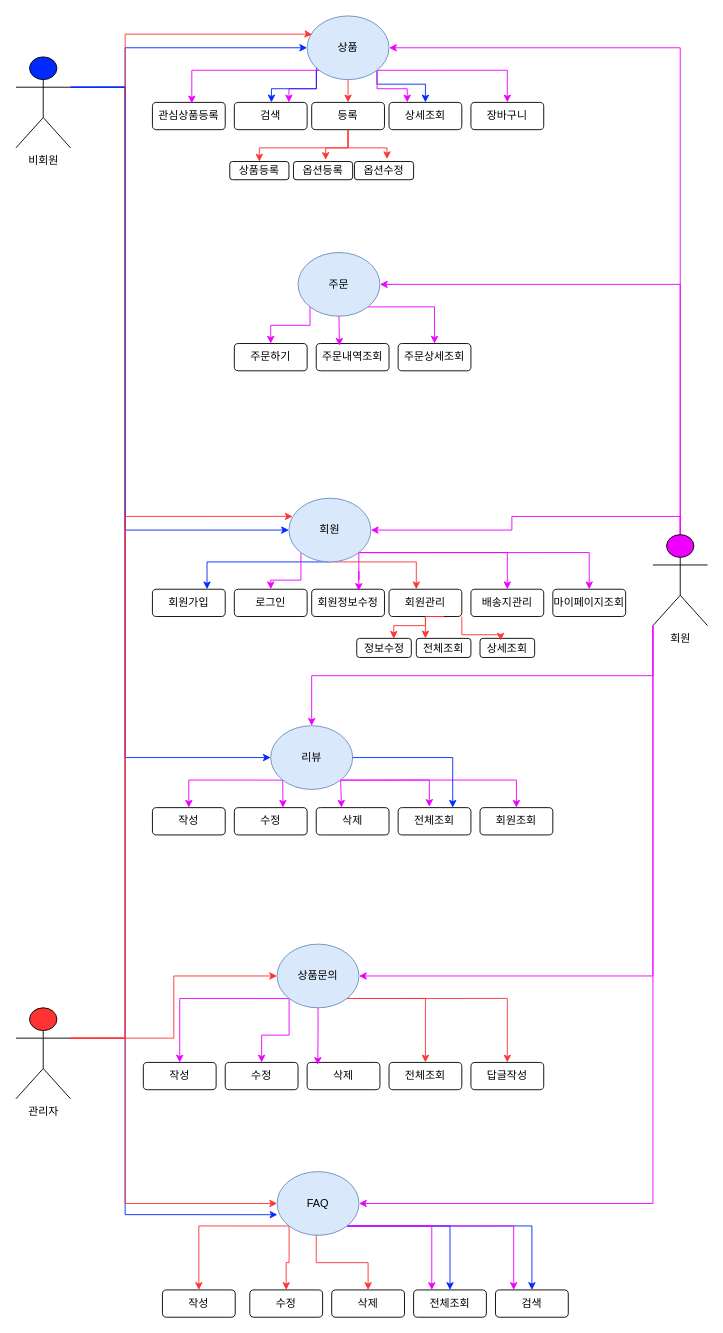
Above: page "페이지-1의 복사본" (2 of 3) of 제목 없는 다이어그램.drawio in wlslals0805/file (draw.io), before the change. Source tidied: cells renumbered, new cells numbered last; positions are measured from the earlier drawing's top-left corner, leaving out a move shared by most shapes. Both pictures are drawn from the tidied source at 91%, with x=0, y=0 at pixel (15, 15).
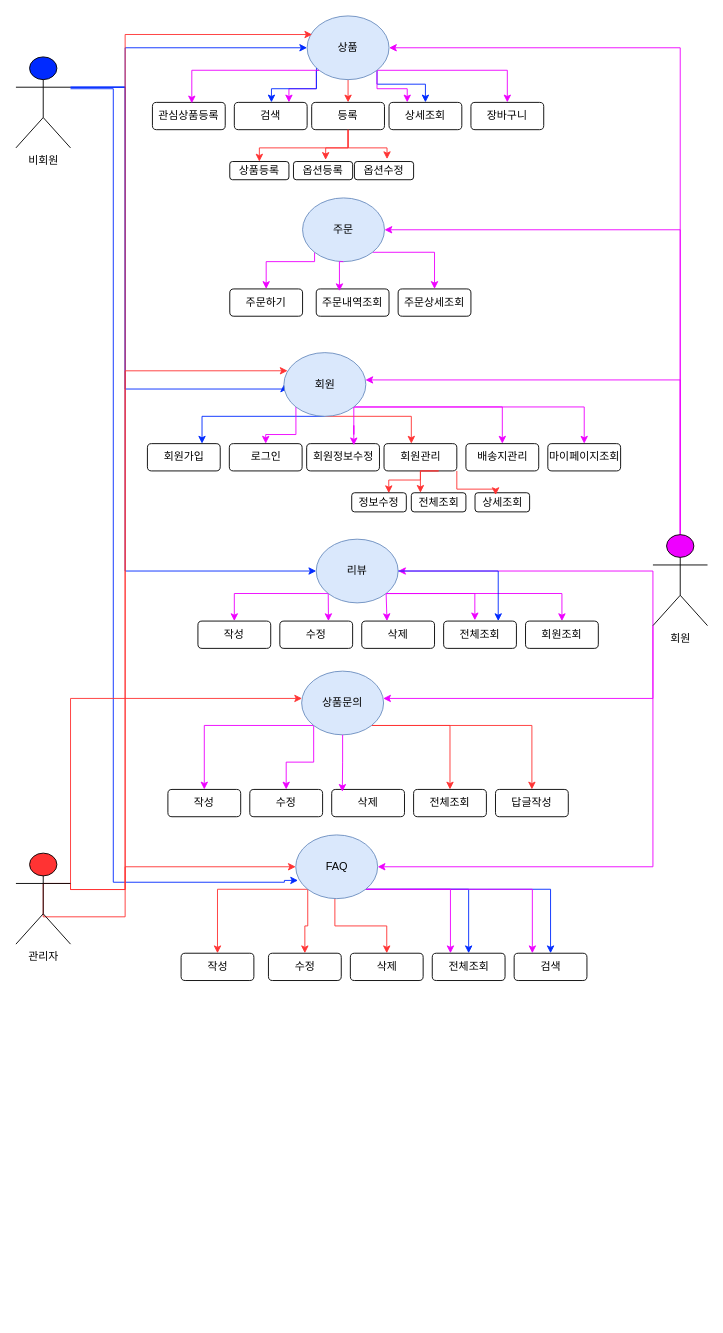
The same page after the edit.

The change refers to these unchanged cells:
```xml
<mxCell id="6" value="비회원" style="shape=umlActor;verticalLabelPosition=bottom;verticalAlign=top;html=1;outlineConnect=0;fillColor=#002AFF;" parent="1" vertex="1">
  <mxGeometry y="45" width="60" height="100" as="geometry" />
</mxCell>
<mxCell id="12" value="상품" style="ellipse;whiteSpace=wrap;html=1;fillColor=#dae8fc;strokeColor=#6c8ebf;" parent="1" vertex="1">
  <mxGeometry x="320" width="90" height="70" as="geometry" />
</mxCell>
<mxCell id="30" value="회원" style="shape=umlActor;verticalLabelPosition=bottom;verticalAlign=top;html=1;outlineConnect=0;fillColor=#EE00FF;" parent="1" vertex="1">
  <mxGeometry x="700" y="570" width="60" height="100" as="geometry" />
</mxCell>
```

What changed in the source:
```diff
@@
     <mxCell id="2" style="edgeStyle=orthogonalEdgeStyle;rounded=0;jettySize=auto;html=1;exitX=1;exitY=0.3333333333333333;exitDx=0;exitDy=0;exitPerimeter=0;entryX=0;entryY=0.5;entryDx=0;entryDy=0;strokeColor=#002AFF;" parent="1" edge="1" source="6" target="18">
       <mxGeometry relative="1" as="geometry">
         <Array as="points">
           <mxPoint x="120" y="78" />
-          <mxPoint x="120" y="565" />
+          <mxPoint x="120" y="410" />
+          <mxPoint x="295" y="410" />
         </Array>
       </mxGeometry>
     </mxCell>
     <mxCell id="3" style="edgeStyle=orthogonalEdgeStyle;rounded=0;jettySize=auto;html=1;exitX=1;exitY=0.3333333333333333;exitDx=0;exitDy=0;exitPerimeter=0;entryX=0;entryY=0.5;entryDx=0;entryDy=0;strokeColor=#002AFF;" parent="1" edge="1" source="6" target="38">
       <mxGeometry relative="1" as="geometry">
         <Array as="points">
           <mxPoint x="120" y="78" />
-          <mxPoint x="120" y="815" />
+          <mxPoint x="120" y="610" />
         </Array>
       </mxGeometry>
     </mxCell>
-    <mxCell id="4" style="edgeStyle=orthogonalEdgeStyle;rounded=0;jettySize=auto;html=1;exitX=1;exitY=0.3333333333333333;exitDx=0;exitDy=0;exitPerimeter=0;entryX=0.004;entryY=0.676;entryDx=0;entryDy=0;entryPerimeter=0;strokeColor=#002AFF;" parent="1" edge="1" source="6" target="71">
+    <mxCell id="4" style="edgeStyle=orthogonalEdgeStyle;rounded=0;jettySize=auto;html=1;entryX=0.028;entryY=0.714;entryDx=0;entryDy=0;entryPerimeter=0;strokeColor=#002AFF;" parent="1" edge="1" source="6" target="71">
       <mxGeometry relative="1" as="geometry">
         <Array as="points">
-          <mxPoint x="120" y="78" />
-          <mxPoint x="120" y="1317" />
+          <mxPoint x="107" y="80" />
+          <mxPoint x="107" y="952" />
+          <mxPoint x="295" y="952" />
+          <mxPoint x="295" y="950" />
         </Array>
       </mxGeometry>
     </mxCell>
@@
     <mxCell id="13" style="edgeStyle=orthogonalEdgeStyle;rounded=0;jettySize=auto;html=1;exitX=0.5;exitY=1;exitDx=0;exitDy=0;entryX=0.75;entryY=0;entryDx=0;entryDy=0;strokeColor=#002AFF;" parent="1" edge="1" source="18" target="55">
       <mxGeometry relative="1" as="geometry">
         <Array as="points">
-          <mxPoint x="210" y="600" />
+          <mxPoint x="204.5" y="440" />
         </Array>
       </mxGeometry>
     </mxCell>
     <mxCell id="14" style="edgeStyle=orthogonalEdgeStyle;rounded=0;jettySize=auto;html=1;exitX=0.5;exitY=1;exitDx=0;exitDy=0;strokeColor=#FF3333;" parent="1" edge="1" source="18" target="57">
       <mxGeometry relative="1" as="geometry">
         <Array as="points">
-          <mxPoint x="440" y="600" />
+          <mxPoint x="434.5" y="440" />
         </Array>
       </mxGeometry>
     </mxCell>
@@
     <mxCell id="18" value="회원" style="ellipse;whiteSpace=wrap;html=1;fillColor=#dae8fc;strokeColor=#6c8ebf;" parent="1" vertex="1">
-      <mxGeometry x="300" y="530" width="90" height="70" as="geometry" />
+      <mxGeometry x="294.5" y="370" width="90" height="70" as="geometry" />
     </mxCell>
@@
     <mxCell id="23" value="상품문의" style="ellipse;whiteSpace=wrap;html=1;fillColor=#dae8fc;strokeColor=#6c8ebf;" parent="1" vertex="1">
-      <mxGeometry x="287" y="1020" width="90" height="70" as="geometry" />
+      <mxGeometry x="314" y="720" width="90" height="70" as="geometry" />
     </mxCell>
@@
     <mxCell id="26" style="edgeStyle=orthogonalEdgeStyle;rounded=0;jettySize=auto;html=1;exitX=0.5;exitY=0;exitDx=0;exitDy=0;exitPerimeter=0;strokeColor=#EE00FF;" parent="1" edge="1" source="30" target="18">
-      <mxGeometry relative="1" as="geometry" />
+      <mxGeometry relative="1" as="geometry">
+        <Array as="points">
+          <mxPoint x="730" y="400" />
+        </Array>
+      </mxGeometry>
     </mxCell>
     <mxCell id="27" style="edgeStyle=orthogonalEdgeStyle;rounded=0;jettySize=auto;html=1;exitX=0;exitY=1;exitDx=0;exitDy=0;exitPerimeter=0;strokeColor=#EE00FF;" parent="1" edge="1" source="30" target="38">
-      <mxGeometry relative="1" as="geometry" />
+      <mxGeometry relative="1" as="geometry">
+        <Array as="points">
+          <mxPoint x="700" y="610" />
+        </Array>
+      </mxGeometry>
     </mxCell>
     <mxCell id="28" style="edgeStyle=orthogonalEdgeStyle;rounded=0;jettySize=auto;html=1;exitX=0;exitY=1;exitDx=0;exitDy=0;exitPerimeter=0;strokeColor=#EE00FF;" parent="1" edge="1" source="30" target="23">
       <mxGeometry relative="1" as="geometry">
         <Array as="points">
-          <mxPoint x="700" y="1055" />
+          <mxPoint x="700" y="750" />
         </Array>
       </mxGeometry>
     </mxCell>
@@
     <mxCell id="31" style="edgeStyle=orthogonalEdgeStyle;rounded=0;jettySize=auto;html=1;exitX=1;exitY=0.3333333333333333;exitDx=0;exitDy=0;exitPerimeter=0;entryX=0;entryY=0.5;entryDx=0;entryDy=0;strokeColor=#FF3333;" parent="1" edge="1" source="35" target="71">
       <mxGeometry relative="1" as="geometry">
         <Array as="points">
-          <mxPoint x="120" y="1123" />
-          <mxPoint x="120" y="1305" />
+          <mxPoint x="60" y="960" />
+          <mxPoint x="120" y="960" />
+          <mxPoint x="120" y="935" />
         </Array>
       </mxGeometry>
     </mxCell>
     <mxCell id="32" style="edgeStyle=orthogonalEdgeStyle;rounded=0;jettySize=auto;html=1;exitX=1;exitY=0.3333333333333333;exitDx=0;exitDy=0;exitPerimeter=0;strokeColor=#FF3333;" parent="1" edge="1" source="35" target="23">
-      <mxGeometry relative="1" as="geometry" />
+      <mxGeometry relative="1" as="geometry">
+        <Array as="points">
+          <mxPoint x="60" y="750" />
+        </Array>
+      </mxGeometry>
     </mxCell>
     <mxCell id="33" style="edgeStyle=orthogonalEdgeStyle;rounded=0;jettySize=auto;html=1;exitX=1;exitY=0.3333333333333333;exitDx=0;exitDy=0;exitPerimeter=0;entryX=0.045;entryY=0.285;entryDx=0;entryDy=0;entryPerimeter=0;strokeColor=#FF3333;" parent="1" edge="1" source="35" target="18">
       <mxGeometry relative="1" as="geometry">
         <Array as="points">
-          <mxPoint x="120" y="1123" />
-          <mxPoint x="120" y="550" />
+          <mxPoint x="60" y="960" />
+          <mxPoint x="120" y="960" />
+          <mxPoint x="120" y="390" />
         </Array>
       </mxGeometry>
     </mxCell>
     <mxCell id="34" style="edgeStyle=orthogonalEdgeStyle;rounded=0;jettySize=auto;html=1;exitX=1;exitY=0.3333333333333333;exitDx=0;exitDy=0;exitPerimeter=0;strokeColor=#FF3333;entryX=0.062;entryY=0.292;entryDx=0;entryDy=0;entryPerimeter=0;" parent="1" edge="1" source="35" target="12">
       <mxGeometry relative="1" as="geometry">
         <Array as="points">
-          <mxPoint x="120" y="1123" />
+          <mxPoint x="30" y="953" />
+          <mxPoint x="30" y="990" />
+          <mxPoint x="120" y="990" />
           <mxPoint x="120" y="20" />
-          <mxPoint x="320" y="20" />
         </Array>
       </mxGeometry>
     </mxCell>
     <mxCell id="35" value="관리자" style="shape=umlActor;verticalLabelPosition=bottom;verticalAlign=top;html=1;outlineConnect=0;fillColor=#FF3333;" parent="1" vertex="1">
-      <mxGeometry y="1090" width="60" height="100" as="geometry" />
+      <mxGeometry y="920" width="60" height="100" as="geometry" />
     </mxCell>
@@
     <mxCell id="38" value="리뷰" style="ellipse;whiteSpace=wrap;html=1;fillColor=#dae8fc;strokeColor=#6c8ebf;verticalAlign=middle;" parent="1" vertex="1">
-      <mxGeometry x="280" y="780" width="90" height="70" as="geometry" />
+      <mxGeometry x="330" y="575" width="90" height="70" as="geometry" />
     </mxCell>
     <mxCell id="39" value="작성" style="rounded=1;whiteSpace=wrap;html=1;" parent="1" vertex="1">
-      <mxGeometry x="150" y="870" width="80" height="30" as="geometry" />
+      <mxGeometry x="200" y="665" width="80" height="30" as="geometry" />
     </mxCell>
     <mxCell id="40" value="수정" style="rounded=1;whiteSpace=wrap;html=1;" parent="1" vertex="1">
-      <mxGeometry x="240" y="870" width="80" height="30" as="geometry" />
+      <mxGeometry x="290" y="665" width="80" height="30" as="geometry" />
     </mxCell>
     <mxCell id="41" style="edgeStyle=orthogonalEdgeStyle;rounded=0;jettySize=auto;html=1;exitX=0.75;exitY=0;exitDx=0;exitDy=0;" parent="1" edge="1" source="42">
       <mxGeometry relative="1" as="geometry">
-        <mxPoint x="389.9" y="870.1" as="targetPoint" />
+        <mxPoint x="439.9" y="665.1" as="targetPoint" />
       </mxGeometry>
     </mxCell>
     <mxCell id="42" value="삭제" style="rounded=1;whiteSpace=wrap;html=1;" parent="1" vertex="1">
-      <mxGeometry x="330" y="870" width="80" height="30" as="geometry" />
+      <mxGeometry x="380" y="665" width="80" height="30" as="geometry" />
     </mxCell>
     <mxCell id="43" value="전체조회" style="rounded=1;whiteSpace=wrap;html=1;" parent="1" vertex="1">
-      <mxGeometry x="420" y="870" width="80" height="30" as="geometry" />
+      <mxGeometry x="470" y="665" width="80" height="30" as="geometry" />
     </mxCell>
     <mxCell id="44" value="회원조회" style="rounded=1;whiteSpace=wrap;html=1;" parent="1" vertex="1">
-      <mxGeometry x="510" y="870" width="80" height="30" as="geometry" />
+      <mxGeometry x="560" y="665" width="80" height="30" as="geometry" />
     </mxCell>
     <mxCell id="45" style="edgeStyle=orthogonalEdgeStyle;rounded=0;jettySize=auto;html=1;exitX=1;exitY=0.5;exitDx=0;exitDy=0;entryX=0.75;entryY=0;entryDx=0;entryDy=0;strokeColor=#002AFF;" parent="1" edge="1" source="38" target="43">
       <mxGeometry relative="1" as="geometry">
         <Array as="points">
-          <mxPoint x="480" y="815" />
+          <mxPoint x="530" y="610" />
         </Array>
       </mxGeometry>
     </mxCell>
@@
     <mxCell id="49" style="edgeStyle=orthogonalEdgeStyle;rounded=0;jettySize=auto;html=1;exitX=0;exitY=1;exitDx=0;exitDy=0;entryX=0.5;entryY=0;entryDx=0;entryDy=0;strokeColor=#EE00FF;" parent="1" edge="1" source="51" target="52">
       <mxGeometry relative="1" as="geometry">
         <Array as="points">
-          <mxPoint x="323" y="340" />
-          <mxPoint x="280" y="340" />
+          <mxPoint x="328" y="270" />
+          <mxPoint x="275" y="270" />
         </Array>
       </mxGeometry>
     </mxCell>
@@
     <mxCell id="51" value="주문" style="ellipse;whiteSpace=wrap;html=1;fillColor=#dae8fc;strokeColor=#6c8ebf;verticalAlign=middle;" parent="1" vertex="1">
-      <mxGeometry x="310" y="260" width="90" height="70" as="geometry" />
+      <mxGeometry x="315" y="200" width="90" height="70" as="geometry" />
     </mxCell>
     <mxCell id="52" value="주문하기" style="rounded=1;whiteSpace=wrap;html=1;" parent="1" vertex="1">
-      <mxGeometry x="240" y="360" width="80" height="30" as="geometry" />
+      <mxGeometry x="235" y="300" width="80" height="30" as="geometry" />
     </mxCell>
     <mxCell id="53" value="주문내역조회" style="rounded=1;whiteSpace=wrap;html=1;" parent="1" vertex="1">
-      <mxGeometry x="330" y="360" width="80" height="30" as="geometry" />
+      <mxGeometry x="330" y="300" width="80" height="30" as="geometry" />
     </mxCell>
     <mxCell id="54" value="주문상세조회" style="rounded=1;whiteSpace=wrap;html=1;" parent="1" vertex="1">
-      <mxGeometry x="420" y="360" width="80" height="30" as="geometry" />
+      <mxGeometry x="420" y="300" width="80" height="30" as="geometry" />
     </mxCell>
     <mxCell id="55" value="회원가입" style="rounded=1;whiteSpace=wrap;html=1;" parent="1" vertex="1">
-      <mxGeometry x="150" y="630" width="80" height="30" as="geometry" />
+      <mxGeometry x="144.5" y="470" width="80" height="30" as="geometry" />
     </mxCell>
     <mxCell id="56" value="회원정보수정" style="rounded=1;whiteSpace=wrap;html=1;" parent="1" vertex="1">
-      <mxGeometry x="325" y="630" width="80" height="30" as="geometry" />
+      <mxGeometry x="319.5" y="470" width="80" height="30" as="geometry" />
     </mxCell>
     <mxCell id="57" value="회원관리" style="rounded=1;whiteSpace=wrap;html=1;" parent="1" vertex="1">
-      <mxGeometry x="410" y="630" width="80" height="30" as="geometry" />
+      <mxGeometry x="404.5" y="470" width="80" height="30" as="geometry" />
     </mxCell>
     <mxCell id="58" value="작성" style="rounded=1;whiteSpace=wrap;html=1;" parent="1" vertex="1">
-      <mxGeometry x="140" y="1150" width="80" height="30" as="geometry" />
+      <mxGeometry x="167" y="850" width="80" height="30" as="geometry" />
     </mxCell>
     <mxCell id="59" value="수정" style="rounded=1;whiteSpace=wrap;html=1;" parent="1" vertex="1">
-      <mxGeometry x="230" y="1150" width="80" height="30" as="geometry" />
+      <mxGeometry x="257" y="850" width="80" height="30" as="geometry" />
     </mxCell>
     <mxCell id="60" value="삭제" style="rounded=1;whiteSpace=wrap;html=1;" parent="1" vertex="1">
-      <mxGeometry x="320" y="1150" width="80" height="30" as="geometry" />
+      <mxGeometry x="347" y="850" width="80" height="30" as="geometry" />
     </mxCell>
     <mxCell id="61" value="전체조회" style="rounded=1;whiteSpace=wrap;html=1;" parent="1" vertex="1">
-      <mxGeometry x="410" y="1150" width="80" height="30" as="geometry" />
+      <mxGeometry x="437" y="850" width="80" height="30" as="geometry" />
     </mxCell>
     <mxCell id="62" value="답글작성" style="rounded=1;whiteSpace=wrap;html=1;" parent="1" vertex="1">
-      <mxGeometry x="500" y="1150" width="80" height="30" as="geometry" />
+      <mxGeometry x="527" y="850" width="80" height="30" as="geometry" />
     </mxCell>
@@
     <mxCell id="67" style="edgeStyle=orthogonalEdgeStyle;rounded=0;jettySize=auto;html=1;exitX=0;exitY=1;exitDx=0;exitDy=0;entryX=0.5;entryY=0;entryDx=0;entryDy=0;strokeColor=#FF3333;" parent="1" edge="1" source="71" target="74">
       <mxGeometry relative="1" as="geometry">
         <Array as="points">
-          <mxPoint x="330" y="1330" />
-          <mxPoint x="330" y="1370" />
-          <mxPoint x="387" y="1370" />
+          <mxPoint x="350.5" y="960" />
+          <mxPoint x="350.5" y="1000" />
+          <mxPoint x="407.5" y="1000" />
         </Array>
       </mxGeometry>
     </mxCell>
@@
     <mxCell id="71" value="FAQ" style="ellipse;whiteSpace=wrap;html=1;fillColor=#dae8fc;strokeColor=#6c8ebf;" parent="1" vertex="1">
-      <mxGeometry x="287" y="1270" width="90" height="70" as="geometry" />
+      <mxGeometry x="307.5" y="900" width="90" height="70" as="geometry" />
     </mxCell>
     <mxCell id="72" value="작성" style="rounded=1;whiteSpace=wrap;html=1;" parent="1" vertex="1">
-      <mxGeometry x="161" y="1400" width="80" height="30" as="geometry" />
+      <mxGeometry x="181.5" y="1030" width="80" height="30" as="geometry" />
     </mxCell>
     <mxCell id="73" value="수정" style="rounded=1;whiteSpace=wrap;html=1;" parent="1" vertex="1">
-      <mxGeometry x="257" y="1400" width="80" height="30" as="geometry" />
+      <mxGeometry x="277.5" y="1030" width="80" height="30" as="geometry" />
     </mxCell>
     <mxCell id="74" value="삭제" style="rounded=1;whiteSpace=wrap;html=1;" parent="1" vertex="1">
-      <mxGeometry x="347" y="1400" width="80" height="30" as="geometry" />
+      <mxGeometry x="367.5" y="1030" width="80" height="30" as="geometry" />
     </mxCell>
     <mxCell id="75" value="전체조회" style="rounded=1;whiteSpace=wrap;html=1;" parent="1" vertex="1">
-      <mxGeometry x="437" y="1400" width="80" height="30" as="geometry" />
+      <mxGeometry x="457.5" y="1030" width="80" height="30" as="geometry" />
     </mxCell>
     <mxCell id="76" value="검색" style="rounded=1;whiteSpace=wrap;html=1;" parent="1" vertex="1">
-      <mxGeometry x="527" y="1400" width="80" height="30" as="geometry" />
+      <mxGeometry x="547.5" y="1030" width="80" height="30" as="geometry" />
     </mxCell>
@@
     <mxCell id="84" value="배송지관리" style="rounded=1;whiteSpace=wrap;html=1;" parent="1" vertex="1">
-      <mxGeometry x="500" y="630" width="80" height="30" as="geometry" />
+      <mxGeometry x="494.5" y="470" width="80" height="30" as="geometry" />
     </mxCell>
     <mxCell id="85" value="마이페이지조회" style="rounded=1;whiteSpace=wrap;html=1;" parent="1" vertex="1">
-      <mxGeometry x="590" y="630" width="80" height="30" as="geometry" />
+      <mxGeometry x="584.5" y="470" width="80" height="30" as="geometry" />
     </mxCell>
     <mxCell id="86" value="로그인" style="rounded=1;whiteSpace=wrap;html=1;" parent="1" vertex="1">
-      <mxGeometry x="240" y="630" width="80" height="30" as="geometry" />
+      <mxGeometry x="234.5" y="470" width="80" height="30" as="geometry" />
     </mxCell>
@@
     <mxCell id="95" value="전체조회" style="rounded=1;whiteSpace=wrap;html=1;" parent="1" vertex="1">
-      <mxGeometry x="440" y="684" width="60" height="21" as="geometry" />
+      <mxGeometry x="434.5" y="524" width="60" height="21" as="geometry" />
     </mxCell>
     <mxCell id="96" value="정보수정" style="rounded=1;whiteSpace=wrap;html=1;" parent="1" vertex="1">
-      <mxGeometry x="374.5" y="684" width="60" height="21" as="geometry" />
+      <mxGeometry x="369" y="524" width="60" height="21" as="geometry" />
     </mxCell>
     <mxCell id="97" value="상세조회" style="rounded=1;whiteSpace=wrap;html=1;" parent="1" vertex="1">
-      <mxGeometry x="510" y="684" width="60" height="21" as="geometry" />
+      <mxGeometry x="504.5" y="524" width="60" height="21" as="geometry" />
     </mxCell>
     <mxCell id="98" style="edgeStyle=orthogonalEdgeStyle;rounded=0;jettySize=auto;html=1;exitX=0.5;exitY=1;exitDx=0;exitDy=0;entryX=0.679;entryY=0.02;entryDx=0;entryDy=0;entryPerimeter=0;strokeColor=#FF3333;" parent="1" edge="1" source="57" target="96">
       <mxGeometry relative="1" as="geometry">
         <Array as="points">
-          <mxPoint x="450" y="670" />
-          <mxPoint x="415" y="670" />
+          <mxPoint x="444.5" y="510" />
+          <mxPoint x="409.5" y="510" />
         </Array>
       </mxGeometry>
     </mxCell>
     <mxCell id="99" style="edgeStyle=orthogonalEdgeStyle;rounded=0;orthogonalLoop=1;jettySize=auto;html=1;strokeColor=#FF3333;" parent="1" edge="1">
       <mxGeometry relative="1" as="geometry">
-        <mxPoint x="450" y="660" as="sourcePoint" />
-        <mxPoint x="450" y="684" as="targetPoint" />
+        <mxPoint x="444.5" y="500" as="sourcePoint" />
+        <mxPoint x="444.5" y="524" as="targetPoint" />
         <Array as="points">
-          <mxPoint x="470" y="660" />
-          <mxPoint x="450" y="660" />
+          <mxPoint x="464.5" y="500" />
+          <mxPoint x="444.5" y="500" />
         </Array>
       </mxGeometry>
     </mxCell>
     <mxCell id="100" style="edgeStyle=orthogonalEdgeStyle;rounded=0;jettySize=auto;html=1;exitX=1;exitY=1;exitDx=0;exitDy=0;strokeColor=#FF3333;entryX=0.377;entryY=0.119;entryDx=0;entryDy=0;entryPerimeter=0;" parent="1" edge="1" source="57" target="97">
       <mxGeometry relative="1" as="geometry">
         <Array as="points">
-          <mxPoint x="490" y="680" />
-          <mxPoint x="533" y="680" />
+          <mxPoint x="484.5" y="520" />
+          <mxPoint x="527.5" y="520" />
         </Array>
       </mxGeometry>
     </mxCell>
```
